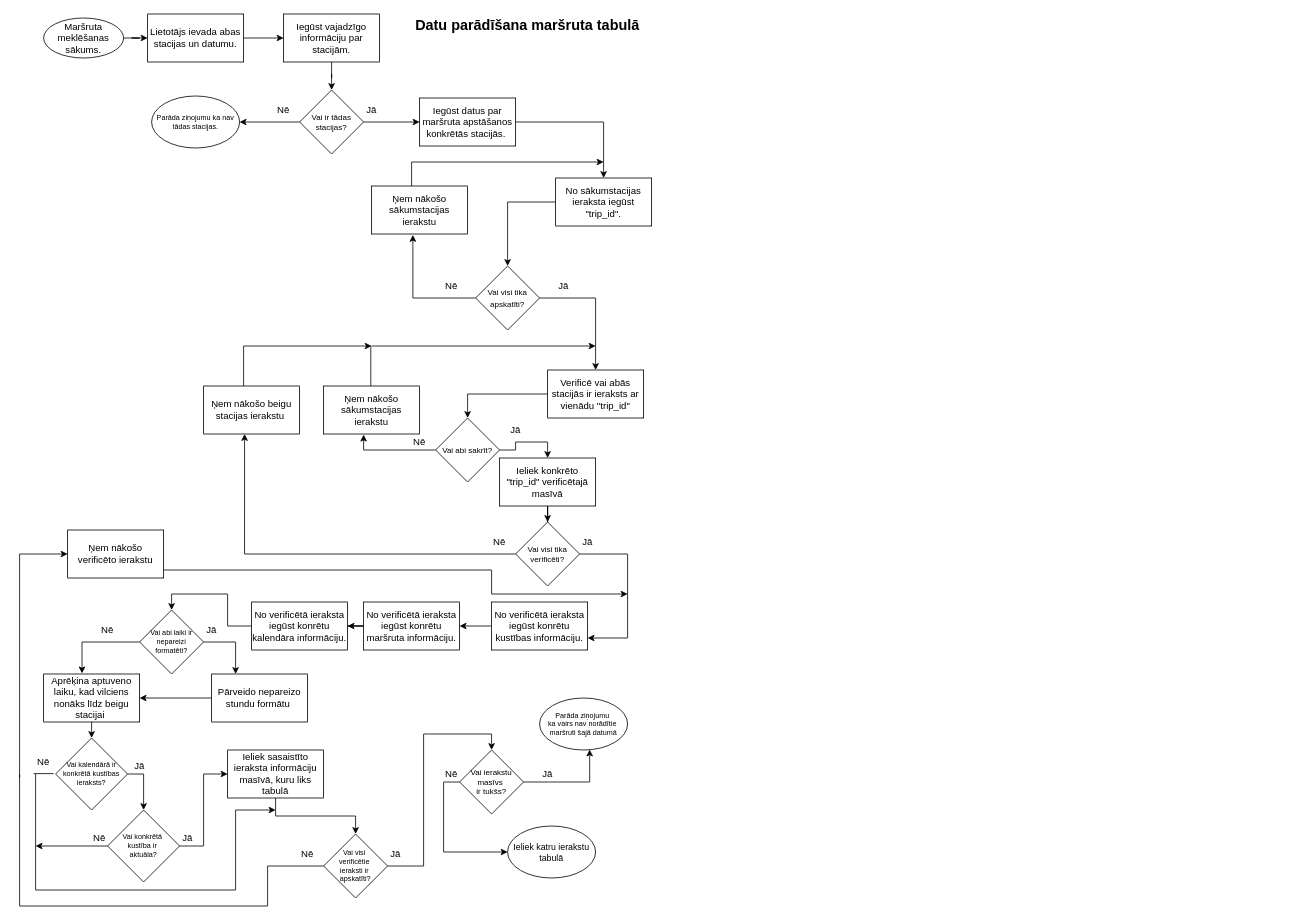
The draw.io diagram page "Lapa-1" (1 of 5) of diagrams.drawio in Arturs-gailitis/Train-route-movement-website, before the edit. Source tidied: cells renumbered, new cells numbered last; positions are measured from the earlier drawing's top-left corner, leaving out a move shared by most shapes. Both pictures are drawn from the tidied source at 80%, with x=0, y=0 at pixel (19, 14).
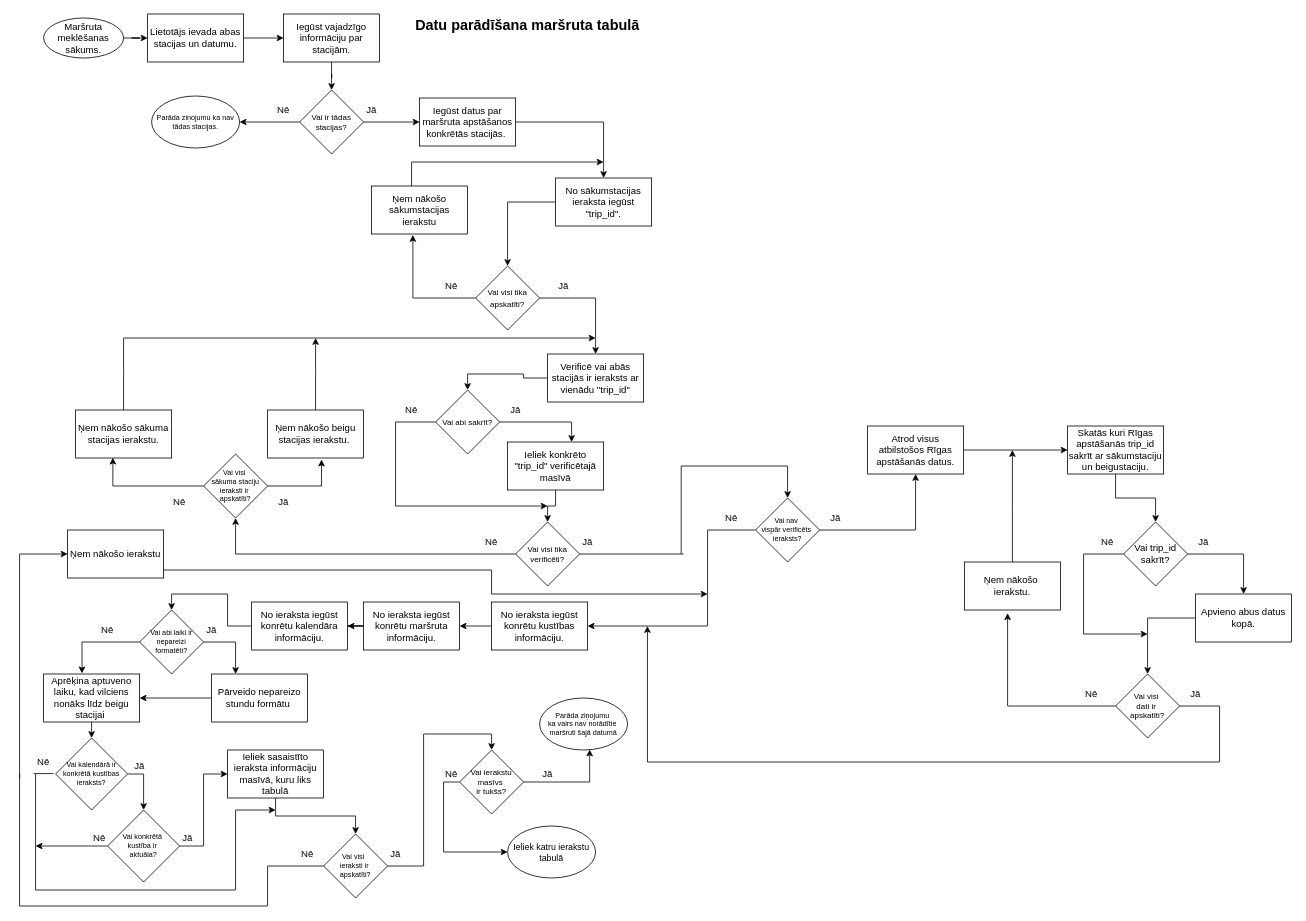
After the change.

The change refers to these unchanged cells:
```xml
<mxCell id="31" value="Vai visi tika verificēti?" style="rhombus;whiteSpace=wrap;html=1;fontSize=10;" parent="1" vertex="1">
  <mxGeometry x="620" y="635" width="80" height="80" as="geometry" />
</mxCell>
```

The edit, as a diff of the source:
```diff
@@
     <mxCell id="26" value="Verificē vai abās stacijās ir ieraksts ar vienādu &quot;trip_id&quot;" style="rounded=0;whiteSpace=wrap;html=1;" parent="1" vertex="1">
-      <mxGeometry x="660" y="445" width="120" height="60" as="geometry" />
+      <mxGeometry x="660" y="425" width="120" height="60" as="geometry" />
     </mxCell>
@@
-    <mxCell id="28" style="edgeStyle=orthogonalEdgeStyle;rounded=0;jettySize=auto;html=1;entryX=0.5;entryY=0;entryDx=0;entryDy=0;" parent="1" edge="1" source="29" target="51">
-      <mxGeometry relative="1" as="geometry">
-        <Array as="points">
-          <mxPoint x="620" y="545" />
-          <mxPoint x="620" y="535" />
-          <mxPoint x="660" y="535" />
-        </Array>
-      </mxGeometry>
-    </mxCell>
+    <mxCell id="99" style="edgeStyle=orthogonalEdgeStyle;rounded=0;jettySize=auto;html=1;exitX=0;exitY=0.5;exitDx=0;exitDy=0;" parent="1" edge="1" source="29">
+      <mxGeometry relative="1" as="geometry">
+        <mxPoint x="660" y="615" as="targetPoint" />
+        <Array as="points">
+          <mxPoint x="470" y="510" />
+          <mxPoint x="470" y="615" />
+        </Array>
+      </mxGeometry>
+    </mxCell>
     <mxCell id="29" value="Vai abi sakrīt?" style="rhombus;whiteSpace=wrap;html=1;fontSize=10;" parent="1" vertex="1">
-      <mxGeometry x="520" y="505" width="80" height="80" as="geometry" />
+      <mxGeometry x="520" y="470" width="80" height="80" as="geometry" />
     </mxCell>
-    <mxCell id="30" style="edgeStyle=orthogonalEdgeStyle;rounded=0;jettySize=auto;html=1;entryX=1;entryY=0.75;entryDx=0;entryDy=0;exitX=1;exitY=0.5;exitDx=0;exitDy=0;" parent="1" edge="1" source="31" target="40">
-      <mxGeometry relative="1" as="geometry">
-        <Array as="points">
-          <mxPoint x="760" y="675" />
-          <mxPoint x="760" y="780" />
-        </Array>
-      </mxGeometry>
-    </mxCell>
+    <mxCell id="100" style="edgeStyle=orthogonalEdgeStyle;rounded=0;jettySize=auto;html=1;entryX=0.5;entryY=1;entryDx=0;entryDy=0;" parent="1" edge="1" source="31" target="131">
+      <mxGeometry relative="1" as="geometry" />
+    </mxCell>
@@
-    <mxCell id="32" value="Ņem nākošo sākumstacijas ierakstu" style="rounded=0;whiteSpace=wrap;html=1;" parent="1" vertex="1">
-      <mxGeometry x="380" y="465" width="120" height="60" as="geometry" />
-    </mxCell>
-    <mxCell id="33" style="edgeStyle=orthogonalEdgeStyle;rounded=0;jettySize=auto;html=1;entryX=0.417;entryY=1.013;entryDx=0;entryDy=0;entryPerimeter=0;" parent="1" edge="1" source="29" target="32">
-      <mxGeometry relative="1" as="geometry" />
-    </mxCell>
     <mxCell id="34" value="Nē" style="text;html=1;align=center;verticalAlign=middle;whiteSpace=wrap;rounded=0;" parent="1" vertex="1">
-      <mxGeometry x="470" y="520" width="60" height="30" as="geometry" />
+      <mxGeometry x="460" y="480" width="60" height="30" as="geometry" />
     </mxCell>
     <mxCell id="35" value="Jā" style="text;html=1;align=center;verticalAlign=middle;whiteSpace=wrap;rounded=0;" parent="1" vertex="1">
-      <mxGeometry x="590" y="505" width="60" height="30" as="geometry" />
+      <mxGeometry x="590" y="480" width="60" height="30" as="geometry" />
     </mxCell>
     <mxCell id="36" value="Nē" style="text;html=1;align=center;verticalAlign=middle;whiteSpace=wrap;rounded=0;" parent="1" vertex="1">
-      <mxGeometry x="570" y="645" width="60" height="30" as="geometry" />
+      <mxGeometry x="560" y="645" width="60" height="30" as="geometry" />
     </mxCell>
-    <mxCell id="37" style="endArrow=none;html=1;rounded=0;" parent="1" edge="1">
-      <mxGeometry relative="1" as="geometry">
-        <mxPoint x="439" y="465" as="sourcePoint" />
-        <mxPoint x="439" y="415" as="targetPoint" />
-      </mxGeometry>
-    </mxCell>
-    <mxCell id="38" style="endArrow=classic;html=1;rounded=0;" parent="1" edge="1">
-      <mxGeometry relative="1" as="geometry">
-        <mxPoint x="440" y="415" as="sourcePoint" />
-        <mxPoint x="720" y="415" as="targetPoint" />
-      </mxGeometry>
-    </mxCell>
@@
-    <mxCell id="40" value="No verificētā ieraksta iegūst konrētu kustības informāciju." style="rounded=0;whiteSpace=wrap;html=1;" parent="1" vertex="1">
+    <mxCell id="40" value="No ieraksta iegūst konrētu kustības informāciju." style="rounded=0;whiteSpace=wrap;html=1;" parent="1" vertex="1">
       <mxGeometry x="590" y="735" width="120" height="60" as="geometry" />
     </mxCell>
@@
-    <mxCell id="43" value="No verificētā ieraksta iegūst konrētu maršruta informāciju." style="rounded=0;whiteSpace=wrap;html=1;" parent="1" vertex="1">
+    <mxCell id="43" value="No ieraksta iegūst konrētu maršruta informāciju." style="rounded=0;whiteSpace=wrap;html=1;" parent="1" vertex="1">
       <mxGeometry x="430" y="735" width="120" height="60" as="geometry" />
     </mxCell>
@@
-    <mxCell id="45" value="No verificētā ieraksta iegūst konrētu kalendāra informāciju." style="rounded=0;whiteSpace=wrap;html=1;" parent="1" vertex="1">
+    <mxCell id="45" value="No ieraksta iegūst konrētu kalendāra informāciju." style="rounded=0;whiteSpace=wrap;html=1;" parent="1" vertex="1">
       <mxGeometry x="290" y="735" width="120" height="60" as="geometry" />
     </mxCell>
@@
     <mxCell id="51" value="Ieliek konkrēto &quot;trip_id&quot; verificētajā masīvā" style="rounded=0;whiteSpace=wrap;html=1;" parent="1" vertex="1">
-      <mxGeometry x="600" y="555" width="120" height="60" as="geometry" />
+      <mxGeometry x="610" y="535" width="120" height="60" as="geometry" />
     </mxCell>
+    <mxCell id="101" style="edgeStyle=orthogonalEdgeStyle;rounded=0;jettySize=auto;html=1;" parent="1" edge="1" source="52">
+      <mxGeometry relative="1" as="geometry">
+        <mxPoint x="370" y="405" as="targetPoint" />
+      </mxGeometry>
+    </mxCell>
-    <mxCell id="52" value="Ņem nākošo beigu stacijas ierakstu&amp;nbsp;" style="rounded=0;whiteSpace=wrap;html=1;" parent="1" vertex="1">
-      <mxGeometry x="230" y="465" width="120" height="60" as="geometry" />
+    <mxCell id="52" value="Ņem nākošo beigu stacijas ierakstu.&amp;nbsp;" style="rounded=0;whiteSpace=wrap;html=1;" parent="1" vertex="1">
+      <mxGeometry x="310" y="495" width="120" height="60" as="geometry" />
     </mxCell>
-    <mxCell id="53" style="edgeStyle=orthogonalEdgeStyle;rounded=0;jettySize=auto;html=1;entryX=0.427;entryY=1;entryDx=0;entryDy=0;entryPerimeter=0;" parent="1" edge="1" source="31" target="52">
-      <mxGeometry relative="1" as="geometry" />
-    </mxCell>
-    <mxCell id="54" style="endArrow=none;html=1;rounded=0;" parent="1" edge="1">
-      <mxGeometry relative="1" as="geometry">
-        <mxPoint x="280" y="465" as="sourcePoint" />
-        <mxPoint x="280" y="415" as="targetPoint" />
-      </mxGeometry>
-    </mxCell>
     <mxCell id="55" style="endArrow=classic;html=1;rounded=0;" parent="1" edge="1">
       <mxGeometry relative="1" as="geometry">
-        <mxPoint x="280" y="415" as="sourcePoint" />
-        <mxPoint x="440" y="415" as="targetPoint" />
+        <mxPoint x="130" y="405" as="sourcePoint" />
+        <mxPoint x="720" y="405" as="targetPoint" />
       </mxGeometry>
     </mxCell>
@@
-    <mxCell id="69" value="Ņem nākošo verificēto ierakstu" style="rounded=0;whiteSpace=wrap;html=1;" parent="1" vertex="1">
+    <mxCell id="69" value="Ņem nākošo ierakstu" style="rounded=0;whiteSpace=wrap;html=1;" parent="1" vertex="1">
       <mxGeometry x="60" y="645" width="120" height="60" as="geometry" />
     </mxCell>
@@
-    <mxCell id="75" value="Vai visi&amp;nbsp;&lt;div&gt;verificētie&amp;nbsp;&lt;/div&gt;&lt;div&gt;ieraksti ir&amp;nbsp;&lt;/div&gt;&lt;div&gt;apskatīti?&lt;/div&gt;" style="rhombus;whiteSpace=wrap;html=1;fontSize=9;" parent="1" vertex="1">
+    <mxCell id="75" value="Vai visi&amp;nbsp;&lt;span style=&quot;background-color: initial;&quot;&gt;&amp;nbsp;&lt;/span&gt;&lt;div&gt;ieraksti ir&amp;nbsp;&lt;/div&gt;&lt;div&gt;apskatīti?&lt;/div&gt;" style="rhombus;whiteSpace=wrap;html=1;fontSize=9;" parent="1" vertex="1">
       <mxGeometry x="380" y="1025" width="80" height="80" as="geometry" />
     </mxCell>
@@
     <mxCell id="88" style="endArrow=classic;html=1;rounded=0;startArrow=none;startFill=0;endFill=1;" parent="1" edge="1">
       <mxGeometry relative="1" as="geometry">
         <mxPoint x="590" y="725" as="sourcePoint" />
-        <mxPoint x="760" y="725" as="targetPoint" />
+        <mxPoint x="860" y="725" as="targetPoint" />
       </mxGeometry>
     </mxCell>
@@
+    <mxCell id="102" style="edgeStyle=orthogonalEdgeStyle;rounded=0;jettySize=auto;html=1;entryX=0.5;entryY=1;entryDx=0;entryDy=0;" parent="1" edge="1" source="104" target="110">
+      <mxGeometry relative="1" as="geometry" />
+    </mxCell>
+    <mxCell id="103" style="edgeStyle=orthogonalEdgeStyle;rounded=0;jettySize=auto;html=1;entryX=1;entryY=0.5;entryDx=0;entryDy=0;" parent="1" edge="1" source="104" target="40">
+      <mxGeometry relative="1" as="geometry">
+        <Array as="points">
+          <mxPoint x="860" y="645" />
+          <mxPoint x="860" y="765" />
+        </Array>
+      </mxGeometry>
+    </mxCell>
+    <mxCell id="104" value="Vai nav&amp;nbsp;&lt;div&gt;vispār verificēts&amp;nbsp;&lt;div&gt;ieraksts?&lt;/div&gt;&lt;/div&gt;" style="rhombus;whiteSpace=wrap;html=1;fontSize=9;" parent="1" vertex="1">
+      <mxGeometry x="920" y="605" width="80" height="80" as="geometry" />
+    </mxCell>
+    <mxCell id="105" style="endArrow=none;html=1;rounded=0;" parent="1" edge="1">
+      <mxGeometry relative="1" as="geometry">
+        <mxPoint x="700" y="675" as="sourcePoint" />
+        <mxPoint x="830" y="675" as="targetPoint" />
+      </mxGeometry>
+    </mxCell>
+    <mxCell id="106" style="endArrow=none;html=1;rounded=0;" parent="1" edge="1">
+      <mxGeometry relative="1" as="geometry">
+        <mxPoint x="827" y="675" as="sourcePoint" />
+        <mxPoint x="827" y="565" as="targetPoint" />
+      </mxGeometry>
+    </mxCell>
+    <mxCell id="107" style="endArrow=none;html=1;rounded=0;" parent="1" edge="1">
+      <mxGeometry relative="1" as="geometry">
+        <mxPoint x="827" y="565" as="sourcePoint" />
+        <mxPoint x="960" y="565" as="targetPoint" />
+      </mxGeometry>
+    </mxCell>
+    <mxCell id="108" style="endArrow=classic;html=1;rounded=0;entryX=0.5;entryY=0;entryDx=0;entryDy=0;" parent="1" edge="1" target="104">
+      <mxGeometry relative="1" as="geometry">
+        <mxPoint x="960" y="565" as="sourcePoint" />
+      </mxGeometry>
+    </mxCell>
+    <mxCell id="109" style="edgeStyle=orthogonalEdgeStyle;rounded=0;jettySize=auto;html=1;" parent="1" edge="1" source="110" target="112">
+      <mxGeometry relative="1" as="geometry" />
+    </mxCell>
+    <mxCell id="110" value="Atrod visus atbilstošos Rīgas apstāšanās datus." style="rounded=0;whiteSpace=wrap;html=1;" parent="1" vertex="1">
+      <mxGeometry x="1060" y="515" width="120" height="60" as="geometry" />
+    </mxCell>
+    <mxCell id="111" style="edgeStyle=orthogonalEdgeStyle;rounded=0;jettySize=auto;html=1;" parent="1" edge="1" source="112" target="114">
+      <mxGeometry relative="1" as="geometry" />
+    </mxCell>
+    <mxCell id="112" value="Skatās kuri Rīgas apstāšanās trip_id sakrīt ar sākumstaciju un beigustaciju." style="rounded=0;whiteSpace=wrap;html=1;" parent="1" vertex="1">
+      <mxGeometry x="1310" y="515" width="120" height="60" as="geometry" />
+    </mxCell>
+    <mxCell id="113" style="edgeStyle=orthogonalEdgeStyle;rounded=0;jettySize=auto;html=1;entryX=0.5;entryY=0;entryDx=0;entryDy=0;" parent="1" edge="1" source="114" target="117">
+      <mxGeometry relative="1" as="geometry" />
+    </mxCell>
+    <mxCell id="114" value="Vai trip_id sakrīt?" style="rhombus;whiteSpace=wrap;html=1;" parent="1" vertex="1">
+      <mxGeometry x="1380" y="635" width="80" height="80" as="geometry" />
+    </mxCell>
+    <mxCell id="115" value="Jā" style="text;html=1;align=center;verticalAlign=middle;whiteSpace=wrap;rounded=0;" parent="1" vertex="1">
+      <mxGeometry x="990" y="615" width="60" height="30" as="geometry" />
+    </mxCell>
+    <mxCell id="116" style="edgeStyle=orthogonalEdgeStyle;rounded=0;jettySize=auto;html=1;entryX=0.5;entryY=0;entryDx=0;entryDy=0;" parent="1" edge="1" source="117" target="120">
+      <mxGeometry relative="1" as="geometry" />
+    </mxCell>
+    <mxCell id="117" value="Apvieno abus datus kopā." style="rounded=0;whiteSpace=wrap;html=1;" parent="1" vertex="1">
+      <mxGeometry x="1470" y="725" width="120" height="60" as="geometry" />
+    </mxCell>
+    <mxCell id="118" value="Jā" style="text;html=1;align=center;verticalAlign=middle;whiteSpace=wrap;rounded=0;" parent="1" vertex="1">
+      <mxGeometry x="1450" y="645" width="60" height="30" as="geometry" />
+    </mxCell>
+    <mxCell id="119" style="edgeStyle=orthogonalEdgeStyle;rounded=0;jettySize=auto;html=1;exitX=1;exitY=0.5;exitDx=0;exitDy=0;" parent="1" edge="1" source="120">
+      <mxGeometry relative="1" as="geometry">
+        <mxPoint x="784.8" y="765" as="targetPoint" />
+        <Array as="points">
+          <mxPoint x="1500" y="865" />
+          <mxPoint x="1500" y="935" />
+          <mxPoint x="785" y="935" />
+        </Array>
+      </mxGeometry>
+    </mxCell>
+    <mxCell id="120" value="Vai visi&amp;nbsp;&lt;div&gt;dati ir&amp;nbsp;&lt;/div&gt;&lt;div&gt;apskatīti?&lt;/div&gt;" style="rhombus;whiteSpace=wrap;html=1;fontSize=10;" parent="1" vertex="1">
+      <mxGeometry x="1370" y="825" width="80" height="80" as="geometry" />
+    </mxCell>
+    <mxCell id="121" style="edgeStyle=orthogonalEdgeStyle;rounded=0;jettySize=auto;html=1;" parent="1" edge="1" source="122">
+      <mxGeometry relative="1" as="geometry">
+        <mxPoint x="1241" y="545" as="targetPoint" />
+      </mxGeometry>
+    </mxCell>
+    <mxCell id="122" value="Ņem nākošo&amp;nbsp;&lt;div&gt;ierakstu.&lt;/div&gt;" style="rounded=0;whiteSpace=wrap;html=1;" parent="1" vertex="1">
+      <mxGeometry x="1181" y="685" width="120" height="60" as="geometry" />
+    </mxCell>
+    <mxCell id="123" style="edgeStyle=orthogonalEdgeStyle;rounded=0;jettySize=auto;html=1;entryX=0.45;entryY=1.067;entryDx=0;entryDy=0;entryPerimeter=0;" parent="1" edge="1" source="120" target="122">
+      <mxGeometry relative="1" as="geometry" />
+    </mxCell>
+    <mxCell id="124" style="endArrow=none;html=1;rounded=0;" parent="1" edge="1">
+      <mxGeometry relative="1" as="geometry">
+        <mxPoint x="1330" y="675" as="sourcePoint" />
+        <mxPoint x="1380" y="675" as="targetPoint" />
+      </mxGeometry>
+    </mxCell>
+    <mxCell id="125" style="endArrow=none;html=1;rounded=0;" parent="1" edge="1">
+      <mxGeometry relative="1" as="geometry">
+        <mxPoint x="1330" y="775" as="sourcePoint" />
+        <mxPoint x="1330" y="675" as="targetPoint" />
+      </mxGeometry>
+    </mxCell>
+    <mxCell id="126" style="endArrow=classic;html=1;rounded=0;" parent="1" edge="1">
+      <mxGeometry relative="1" as="geometry">
+        <mxPoint x="1330" y="775" as="sourcePoint" />
+        <mxPoint x="1410" y="775" as="targetPoint" />
+      </mxGeometry>
+    </mxCell>
+    <mxCell id="127" value="Jā" style="text;html=1;align=center;verticalAlign=middle;whiteSpace=wrap;rounded=0;" parent="1" vertex="1">
+      <mxGeometry x="1440" y="835" width="60" height="30" as="geometry" />
+    </mxCell>
+    <mxCell id="128" value="Nē" style="text;html=1;align=center;verticalAlign=middle;whiteSpace=wrap;rounded=0;" parent="1" vertex="1">
+      <mxGeometry x="860" y="615" width="60" height="30" as="geometry" />
+    </mxCell>
+    <mxCell id="129" value="Nē" style="text;html=1;align=center;verticalAlign=middle;whiteSpace=wrap;rounded=0;" parent="1" vertex="1">
+      <mxGeometry x="1310" y="835" width="60" height="30" as="geometry" />
+    </mxCell>
+    <mxCell id="130" value="Nē" style="text;html=1;align=center;verticalAlign=middle;whiteSpace=wrap;rounded=0;" parent="1" vertex="1">
+      <mxGeometry x="1330" y="645" width="60" height="30" as="geometry" />
+    </mxCell>
+    <mxCell id="28" style="edgeStyle=orthogonalEdgeStyle;rounded=0;jettySize=auto;html=1;entryX=0.667;entryY=0;entryDx=0;entryDy=0;entryPerimeter=0;exitX=1;exitY=0.5;exitDx=0;exitDy=0;" parent="1" edge="1" source="29" target="51">
+      <mxGeometry relative="1" as="geometry" />
+    </mxCell>
+    <mxCell id="131" value="Vai visi&amp;nbsp;&lt;div&gt;sākuma staciju ieraksti&amp;nbsp;&lt;span style=&quot;background-color: initial;&quot;&gt;ir&amp;nbsp;&lt;/span&gt;&lt;/div&gt;&lt;div&gt;&lt;span style=&quot;background-color: initial;&quot;&gt;apskatīti?&lt;/span&gt;&lt;/div&gt;" style="rhombus;whiteSpace=wrap;html=1;fontSize=9;" parent="1" vertex="1">
+      <mxGeometry x="230" y="550" width="80" height="80" as="geometry" />
+    </mxCell>
+    <mxCell id="132" style="edgeStyle=orthogonalEdgeStyle;rounded=0;jettySize=auto;html=1;entryX=0.562;entryY=1.033;entryDx=0;entryDy=0;entryPerimeter=0;exitX=1;exitY=0.5;exitDx=0;exitDy=0;" parent="1" edge="1" source="131" target="52">
+      <mxGeometry relative="1" as="geometry" />
+    </mxCell>
+    <mxCell id="133" style="edgeStyle=orthogonalEdgeStyle;rounded=0;jettySize=auto;html=1;endArrow=none;endFill=0;" parent="1" edge="1" source="134">
+      <mxGeometry relative="1" as="geometry">
+        <mxPoint x="130" y="405" as="targetPoint" />
+      </mxGeometry>
+    </mxCell>
+    <mxCell id="134" value="Ņem nākošo sākuma stacijas ierakstu." style="rounded=0;whiteSpace=wrap;html=1;" parent="1" vertex="1">
+      <mxGeometry x="70" y="495" width="120" height="60" as="geometry" />
+    </mxCell>
+    <mxCell id="135" style="edgeStyle=orthogonalEdgeStyle;rounded=0;jettySize=auto;html=1;entryX=0.388;entryY=0.993;entryDx=0;entryDy=0;entryPerimeter=0;" parent="1" edge="1" source="131" target="134">
+      <mxGeometry relative="1" as="geometry" />
+    </mxCell>
+    <mxCell id="136" value="Nē" style="text;html=1;align=center;verticalAlign=middle;whiteSpace=wrap;rounded=0;" parent="1" vertex="1">
+      <mxGeometry x="170" y="595" width="60" height="30" as="geometry" />
+    </mxCell>
+    <mxCell id="137" value="Jā" style="text;html=1;align=center;verticalAlign=middle;whiteSpace=wrap;rounded=0;" parent="1" vertex="1">
+      <mxGeometry x="300" y="595" width="60" height="30" as="geometry" />
+    </mxCell>
```
